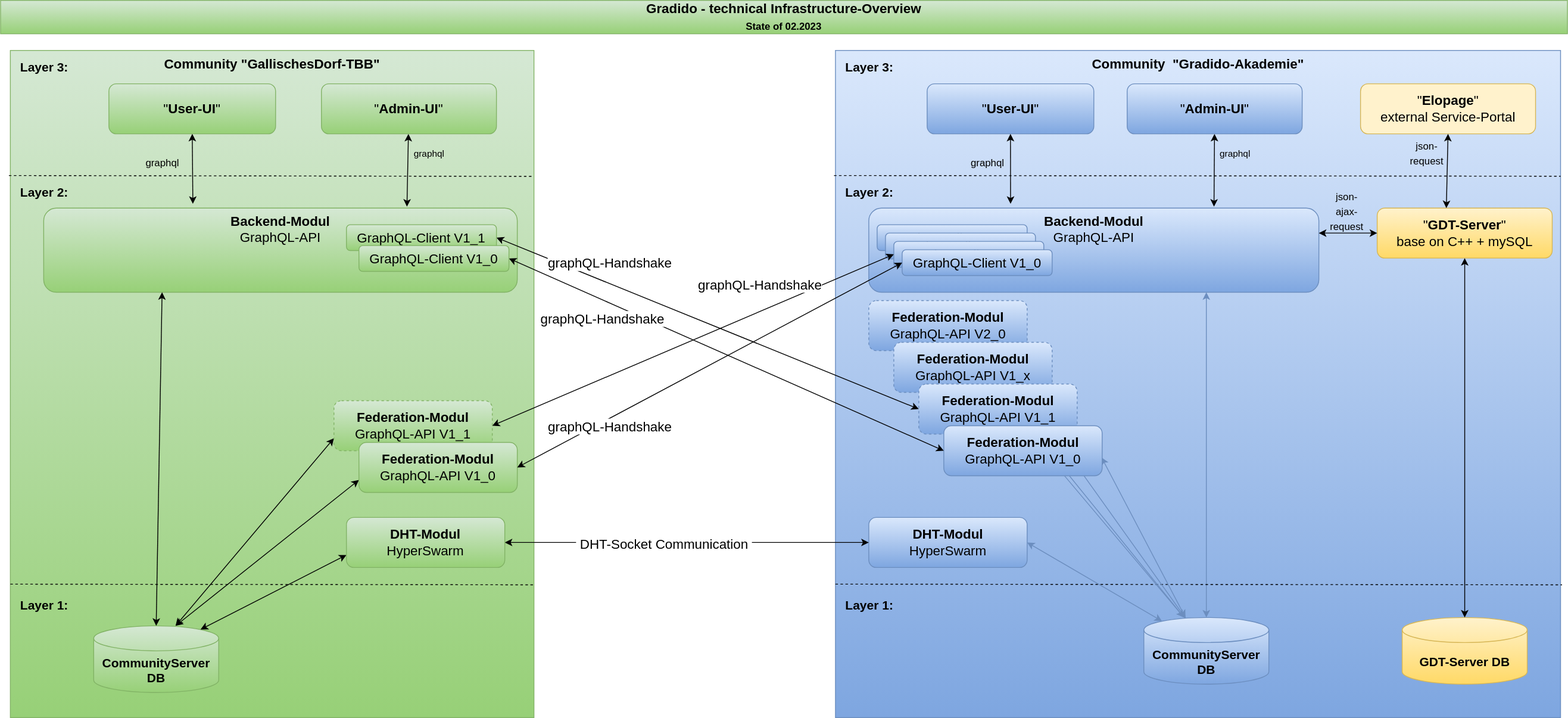
Before: docu/Concepts/TechnicalRequirements/image/TechnicalOverview_V1-19.svg, a diagram exported from draw.io (gradido/gradido). Source tidied: cells renumbered, new cells last; positions are measured from the earlier drawing's top-left corner, leaving out a move shared by most shapes.
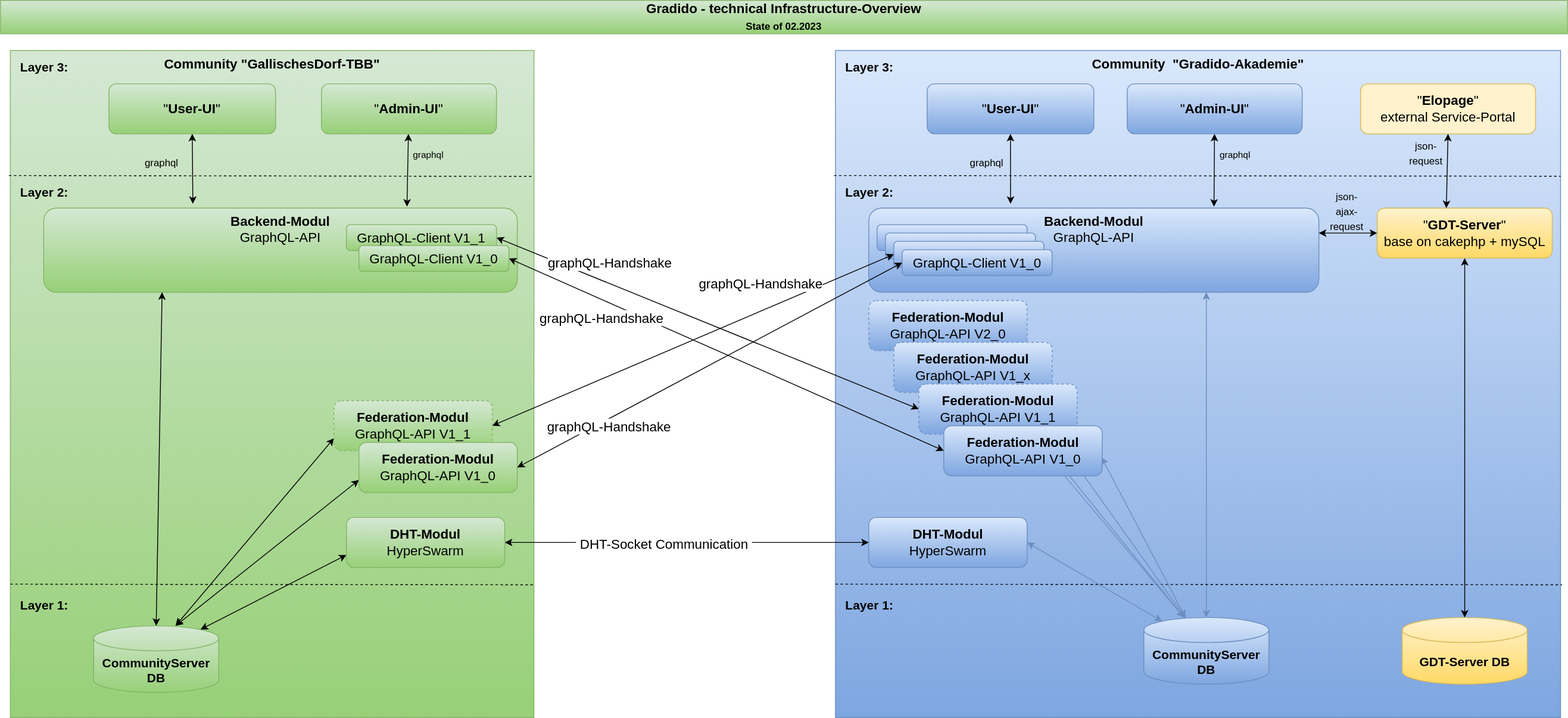
After the change.

Commit message:
correct error with gdt server in graphic

What changed in the source:
```diff
@@ -28,7 +28,7 @@
     <mxCell id="9" value="&lt;b&gt;Layer 2:&lt;/b&gt;" style="text;html=1;strokeColor=none;fillColor=none;align=left;verticalAlign=middle;whiteSpace=wrap;rounded=0;glass=0;labelBackgroundColor=none;fontSize=15;fontColor=#000000;opacity=0;" parent="1" vertex="1">
       <mxGeometry x="1011.7" y="220" width="70" height="20" as="geometry" />
     </mxCell>
-    <mxCell id="10" value="&quot;&lt;b&gt;GDT-Server&lt;/b&gt;&quot; &lt;br&gt;base on C++ + mySQL" style="rounded=1;whiteSpace=wrap;html=1;fontSize=16;align=center;fillColor=#fff2cc;strokeColor=#d6b656;gradientColor=#ffd966;" parent="1" vertex="1">
+    <mxCell id="10" value="&quot;&lt;b&gt;GDT-Server&lt;/b&gt;&quot; &lt;br&gt;base on cakephp + mySQL" style="rounded=1;whiteSpace=wrap;html=1;fontSize=16;align=center;fillColor=#fff2cc;strokeColor=#d6b656;gradientColor=#ffd966;" parent="1" vertex="1">
       <mxGeometry x="1651.7" y="249" width="210" height="60" as="geometry" />
     </mxCell>
     <mxCell id="11" value="GDT-Server DB" style="shape=cylinder3;whiteSpace=wrap;html=1;boundedLbl=1;backgroundOutline=1;size=15;fillColor=#fff2cc;strokeColor=#d6b656;fontSize=15;fontStyle=1;gradientColor=#ffd966;" parent="1" vertex="1">
```
